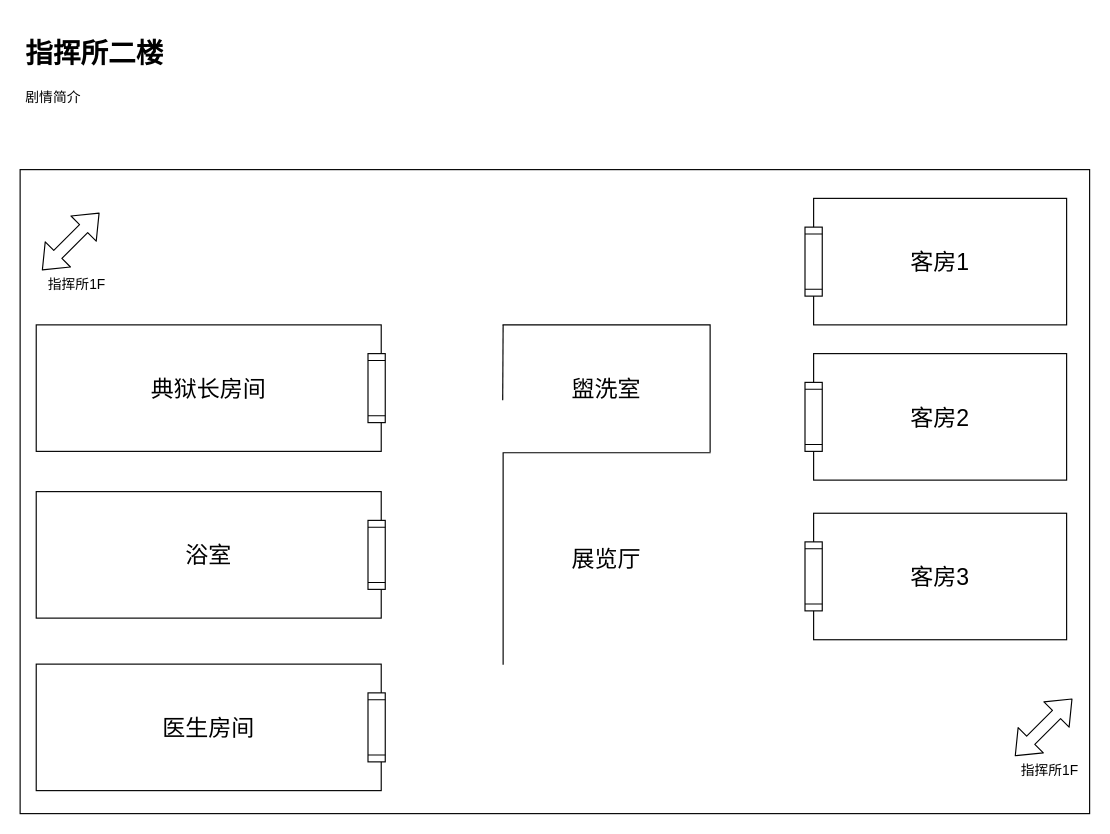
This is page "指挥所2楼平面图" (3 of 3) of Tools/LevelDesignUML/LevelDesignExample .drawio from kwh3884858/Hippocampus, a draw.io file, before an edit. Source tidied: cells renumbered, new cells numbered last; positions are measured from the earlier drawing's top-left corner, leaving out a move shared by most shapes. Both pictures are drawn from the tidied source at 115%, with x=0, y=0 at pixel (20, 31).
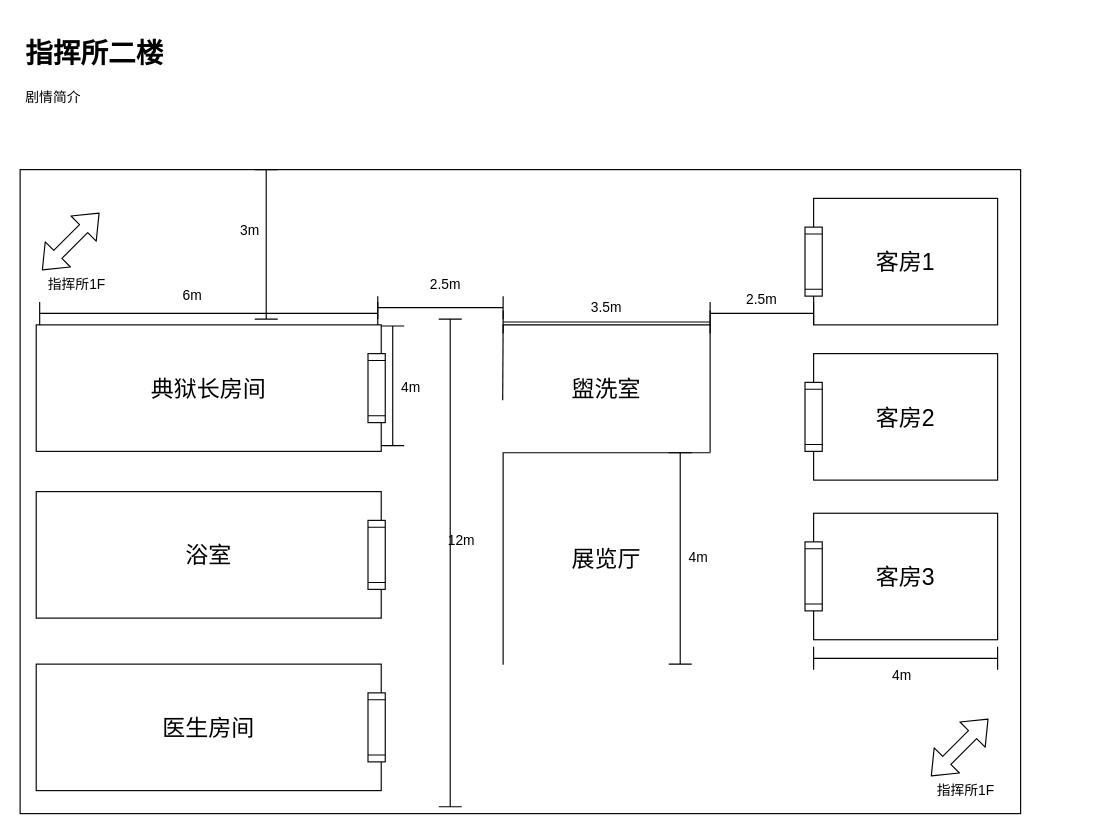
After the change.

Change to the diagram source:
```diff
@@
     <mxCell id="2" style="rounded=0;whiteSpace=wrap;html=1;" parent="1" vertex="1">
-      <mxGeometry y="120" width="930" height="560" as="geometry" />
+      <mxGeometry y="120" width="870" height="560" as="geometry" />
     </mxCell>
@@
     <mxCell id="10" value="&lt;span style=&quot;font-size: 20px&quot;&gt;客房1&lt;/span&gt;" style="rounded=0;whiteSpace=wrap;html=1;" parent="1" vertex="1">
-      <mxGeometry x="690" y="145" width="220" height="110" as="geometry" />
+      <mxGeometry x="690" y="145" width="160" height="110" as="geometry" />
     </mxCell>
@@
     <mxCell id="12" value="&lt;span style=&quot;font-size: 20px&quot;&gt;客房2&lt;/span&gt;" style="rounded=0;whiteSpace=wrap;html=1;" parent="1" vertex="1">
-      <mxGeometry x="690" y="280" width="220" height="110" as="geometry" />
+      <mxGeometry x="690" y="280" width="160" height="110" as="geometry" />
     </mxCell>
@@
     <mxCell id="14" value="&lt;span style=&quot;font-size: 20px&quot;&gt;客房3&lt;/span&gt;" style="rounded=0;whiteSpace=wrap;html=1;" parent="1" vertex="1">
-      <mxGeometry x="690" y="418.8" width="220" height="110" as="geometry" />
+      <mxGeometry x="690" y="418.8" width="160" height="110" as="geometry" />
     </mxCell>
@@
     <mxCell id="21" style="shape=flexArrow;endArrow=classic;startArrow=classic;html=1;" parent="1" edge="1">
       <mxGeometry relative="1" as="geometry">
-        <mxPoint x="865" y="630" as="sourcePoint" />
-        <mxPoint x="915" y="580" as="targetPoint" />
+        <mxPoint x="792" y="647.5" as="sourcePoint" />
+        <mxPoint x="842" y="597.5" as="targetPoint" />
       </mxGeometry>
     </mxCell>
     <mxCell id="22" value="指挥所1F" style="text;html=1;align=center;verticalAlign=middle;" parent="1" vertex="1">
-      <mxGeometry x="860" y="632.5" width="70" height="20" as="geometry" />
+      <mxGeometry x="787" y="650" width="70" height="20" as="geometry" />
     </mxCell>
+    <mxCell id="23" style="shape=crossbar;whiteSpace=wrap;html=1;rounded=1;" parent="1" vertex="1">
+      <mxGeometry x="17" y="235" width="294" height="20" as="geometry" />
+    </mxCell>
+    <mxCell id="24" value="6m" style="text;html=1;strokeColor=none;fillColor=none;align=center;verticalAlign=middle;whiteSpace=wrap;rounded=0;" parent="1" vertex="1">
+      <mxGeometry x="130" y="220" width="40" height="20" as="geometry" />
+    </mxCell>
+    <mxCell id="25" style="shape=crossbar;whiteSpace=wrap;html=1;rounded=1;" parent="1" vertex="1">
+      <mxGeometry x="420" y="242.5" width="180" height="20" as="geometry" />
+    </mxCell>
+    <mxCell id="26" value="3.5m" style="text;html=1;strokeColor=none;fillColor=none;align=center;verticalAlign=middle;whiteSpace=wrap;rounded=0;" parent="1" vertex="1">
+      <mxGeometry x="490" y="230" width="40" height="20" as="geometry" />
+    </mxCell>
+    <mxCell id="27" style="shape=crossbar;whiteSpace=wrap;html=1;rounded=1;direction=south;" parent="1" vertex="1">
+      <mxGeometry x="314" y="256" width="20" height="104" as="geometry" />
+    </mxCell>
+    <mxCell id="28" value="4m" style="text;html=1;strokeColor=none;fillColor=none;align=center;verticalAlign=middle;whiteSpace=wrap;rounded=0;direction=south;" parent="1" vertex="1">
+      <mxGeometry x="330" y="290" width="20" height="40" as="geometry" />
+    </mxCell>
+    <mxCell id="29" style="shape=crossbar;whiteSpace=wrap;html=1;rounded=1;" parent="1" vertex="1">
+      <mxGeometry x="311" y="230" width="109" height="20" as="geometry" />
+    </mxCell>
+    <mxCell id="30" value="2.5m" style="text;html=1;strokeColor=none;fillColor=none;align=center;verticalAlign=middle;whiteSpace=wrap;rounded=0;" parent="1" vertex="1">
+      <mxGeometry x="350" y="210" width="40" height="20" as="geometry" />
+    </mxCell>
+    <mxCell id="31" style="shape=crossbar;whiteSpace=wrap;html=1;rounded=1;" parent="1" vertex="1">
+      <mxGeometry x="600" y="235" width="90" height="20" as="geometry" />
+    </mxCell>
+    <mxCell id="32" value="2.5m" style="text;html=1;strokeColor=none;fillColor=none;align=center;verticalAlign=middle;whiteSpace=wrap;rounded=0;" parent="1" vertex="1">
+      <mxGeometry x="625" y="222.5" width="40" height="20" as="geometry" />
+    </mxCell>
+    <mxCell id="33" style="shape=crossbar;whiteSpace=wrap;html=1;rounded=1;direction=south;" parent="1" vertex="1">
+      <mxGeometry x="364" y="250" width="20" height="424" as="geometry" />
+    </mxCell>
+    <mxCell id="34" value="12m" style="text;html=1;strokeColor=none;fillColor=none;align=center;verticalAlign=middle;whiteSpace=wrap;rounded=0;direction=south;" parent="1" vertex="1">
+      <mxGeometry x="374" y="422.5" width="20" height="40" as="geometry" />
+    </mxCell>
+    <mxCell id="35" style="shape=crossbar;whiteSpace=wrap;html=1;rounded=1;direction=south;" parent="1" vertex="1">
+      <mxGeometry x="564" y="366.2" width="20" height="183.8" as="geometry" />
+    </mxCell>
+    <mxCell id="36" value="4m" style="text;html=1;strokeColor=none;fillColor=none;align=center;verticalAlign=middle;whiteSpace=wrap;rounded=0;direction=south;" parent="1" vertex="1">
+      <mxGeometry x="580" y="438.1" width="20" height="40" as="geometry" />
+    </mxCell>
+    <mxCell id="37" style="shape=crossbar;whiteSpace=wrap;html=1;rounded=1;" parent="1" vertex="1">
+      <mxGeometry x="690" y="535" width="160" height="20" as="geometry" />
+    </mxCell>
+    <mxCell id="38" value="4m" style="text;html=1;strokeColor=none;fillColor=none;align=center;verticalAlign=middle;whiteSpace=wrap;rounded=0;" parent="1" vertex="1">
+      <mxGeometry x="747" y="550" width="40" height="20" as="geometry" />
+    </mxCell>
+    <mxCell id="39" style="shape=crossbar;whiteSpace=wrap;html=1;rounded=1;direction=south;" parent="1" vertex="1">
+      <mxGeometry x="204" y="120" width="20" height="130" as="geometry" />
+    </mxCell>
+    <mxCell id="40" value="3m" style="text;html=1;strokeColor=none;fillColor=none;align=center;verticalAlign=middle;whiteSpace=wrap;rounded=0;direction=south;" parent="1" vertex="1">
+      <mxGeometry x="190" y="152.5" width="20" height="40" as="geometry" />
+    </mxCell>
```
